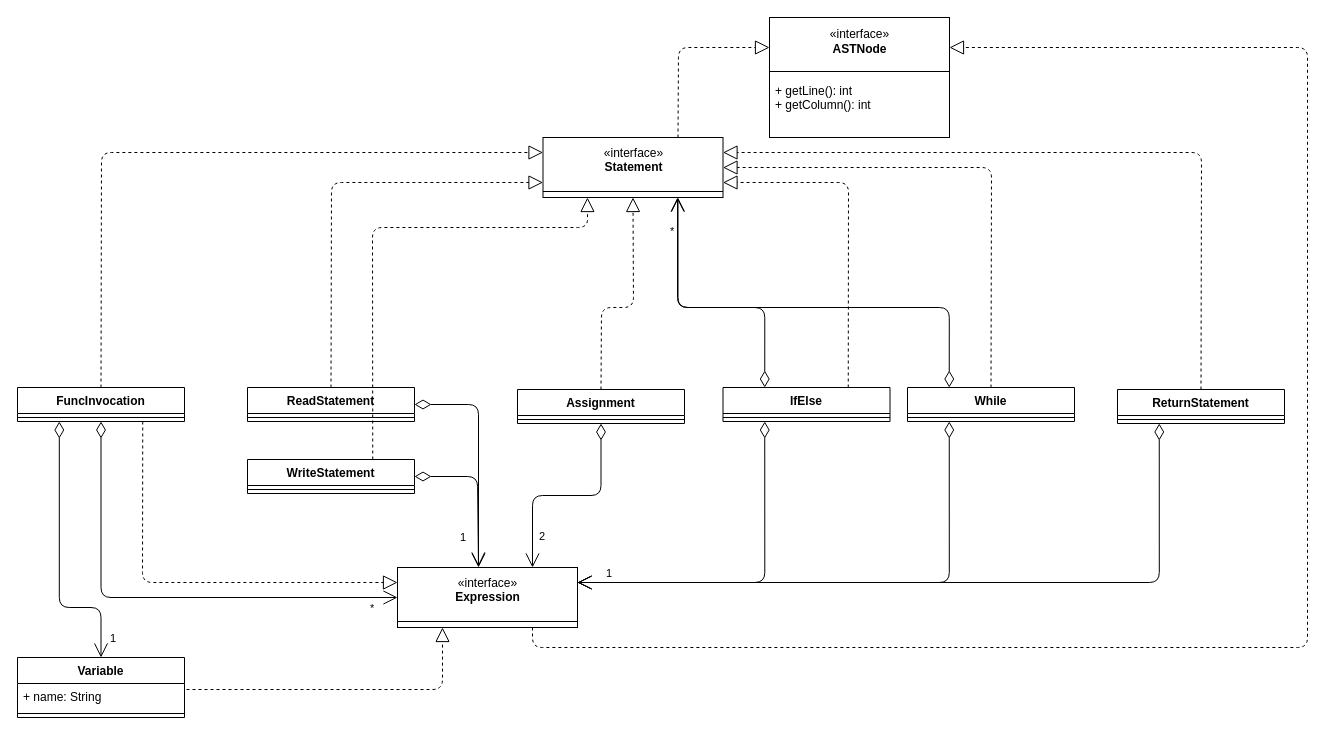
Earlier version of the draw.io diagram src/diagrams/statements.drawio (UO258220/DLP_cmm). Source tidied: cells renumbered, new cells numbered last; positions are measured from the earlier drawing's top-left corner, leaving out a move shared by most shapes. Both pictures are drawn from the tidied source at 100%, with x=0, y=0 at pixel (17, 17).
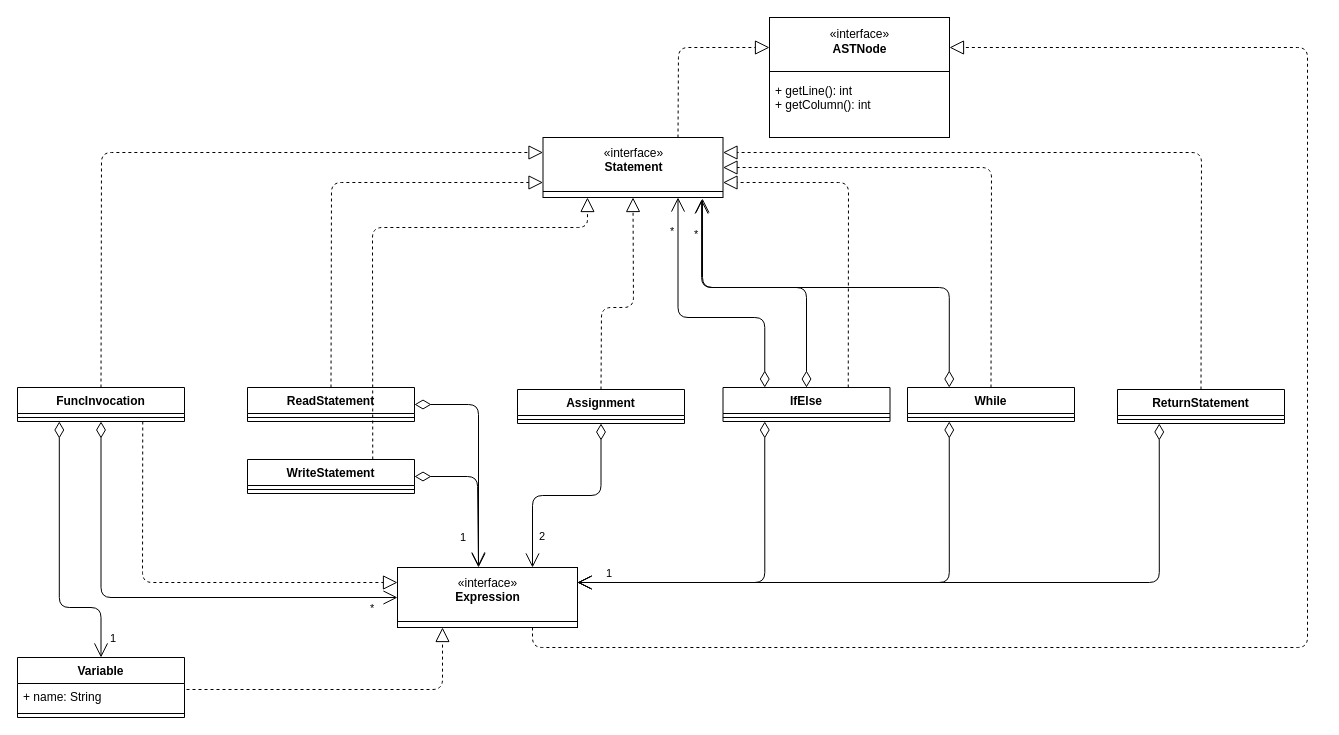
Above is the later version.

The change refers to these unchanged cells:
```xml
<mxCell id="8" value="«interface»&lt;br&gt;&lt;b&gt;Statement&lt;br&gt;&lt;br&gt;&lt;/b&gt;" style="html=1;" parent="7" vertex="1">
  <mxGeometry width="180" height="60" as="geometry" />
</mxCell>
<mxCell id="26" value="IfElse" style="swimlane;fontStyle=1;align=center;verticalAlign=top;horizontal=1;startSize=26;" parent="1" vertex="1">
  <mxGeometry x="705.5" y="370" width="167" height="34" as="geometry" />
</mxCell>
<mxCell id="31" value="While" style="swimlane;fontStyle=1;align=center;verticalAlign=top;horizontal=1;startSize=26;" parent="1" vertex="1">
  <mxGeometry x="890" y="370" width="167" height="34" as="geometry" />
</mxCell>
```

Change to the diagram source:
```diff
@@
-    <mxCell id="29" value="*" style="endArrow=open;html=1;endSize=12;startArrow=diamondThin;startSize=14;startFill=0;edgeStyle=orthogonalEdgeStyle;align=left;verticalAlign=bottom;entryX=0.75;entryY=1;entryDx=0;entryDy=0;exitX=0.25;exitY=0;exitDx=0;exitDy=0;" parent="1" edge="1" source="26" target="8">
+    <mxCell id="29" value="*" style="endArrow=open;html=1;endSize=12;startArrow=diamondThin;startSize=14;startFill=0;edgeStyle=orthogonalEdgeStyle;align=left;verticalAlign=bottom;entryX=0.886;entryY=1.017;entryDx=0;entryDy=0;exitX=0.5;exitY=0;exitDx=0;exitDy=0;entryPerimeter=0;" parent="1" edge="1" source="26" target="8">
       <mxGeometry x="0.69" y="11" relative="1" as="geometry">
         <Array as="points">
-          <mxPoint x="747" y="290" />
-          <mxPoint x="661" y="290" />
+          <mxPoint x="789" y="270" />
+          <mxPoint x="685" y="270" />
         </Array>
         <mxPoint x="1" as="offset" />
       </mxGeometry>
     </mxCell>
@@
-    <mxCell id="35" style="endArrow=open;html=1;endSize=12;startArrow=diamondThin;startSize=14;startFill=0;edgeStyle=orthogonalEdgeStyle;align=left;verticalAlign=bottom;exitX=0.25;exitY=0;exitDx=0;exitDy=0;" parent="1" edge="1" source="31">
+    <mxCell id="35" style="endArrow=open;html=1;endSize=12;startArrow=diamondThin;startSize=14;startFill=0;edgeStyle=orthogonalEdgeStyle;align=left;verticalAlign=bottom;exitX=0.25;exitY=0;exitDx=0;exitDy=0;entryX=0.881;entryY=1.033;entryDx=0;entryDy=0;entryPerimeter=0;" parent="1" edge="1" source="31" target="8">
       <mxGeometry x="0.85" y="-10" relative="1" as="geometry">
-        <mxPoint x="660" y="180" as="targetPoint" />
         <Array as="points">
-          <mxPoint x="932" y="290" />
-          <mxPoint x="660" y="290" />
+          <mxPoint x="932" y="270" />
+          <mxPoint x="684" y="270" />
         </Array>
       </mxGeometry>
     </mxCell>
@@
+    <mxCell id="51" value="*" style="endArrow=open;html=1;endSize=12;startArrow=diamondThin;startSize=14;startFill=0;edgeStyle=orthogonalEdgeStyle;align=left;verticalAlign=bottom;entryX=0.75;entryY=1;entryDx=0;entryDy=0;exitX=0.25;exitY=0;exitDx=0;exitDy=0;" parent="1" edge="1" source="26" target="8">
+      <mxGeometry x="0.69" y="11" relative="1" as="geometry">
+        <Array as="points">
+          <mxPoint x="747" y="300" />
+          <mxPoint x="661" y="300" />
+        </Array>
+        <mxPoint x="1" as="offset" />
+      </mxGeometry>
+    </mxCell>
```
